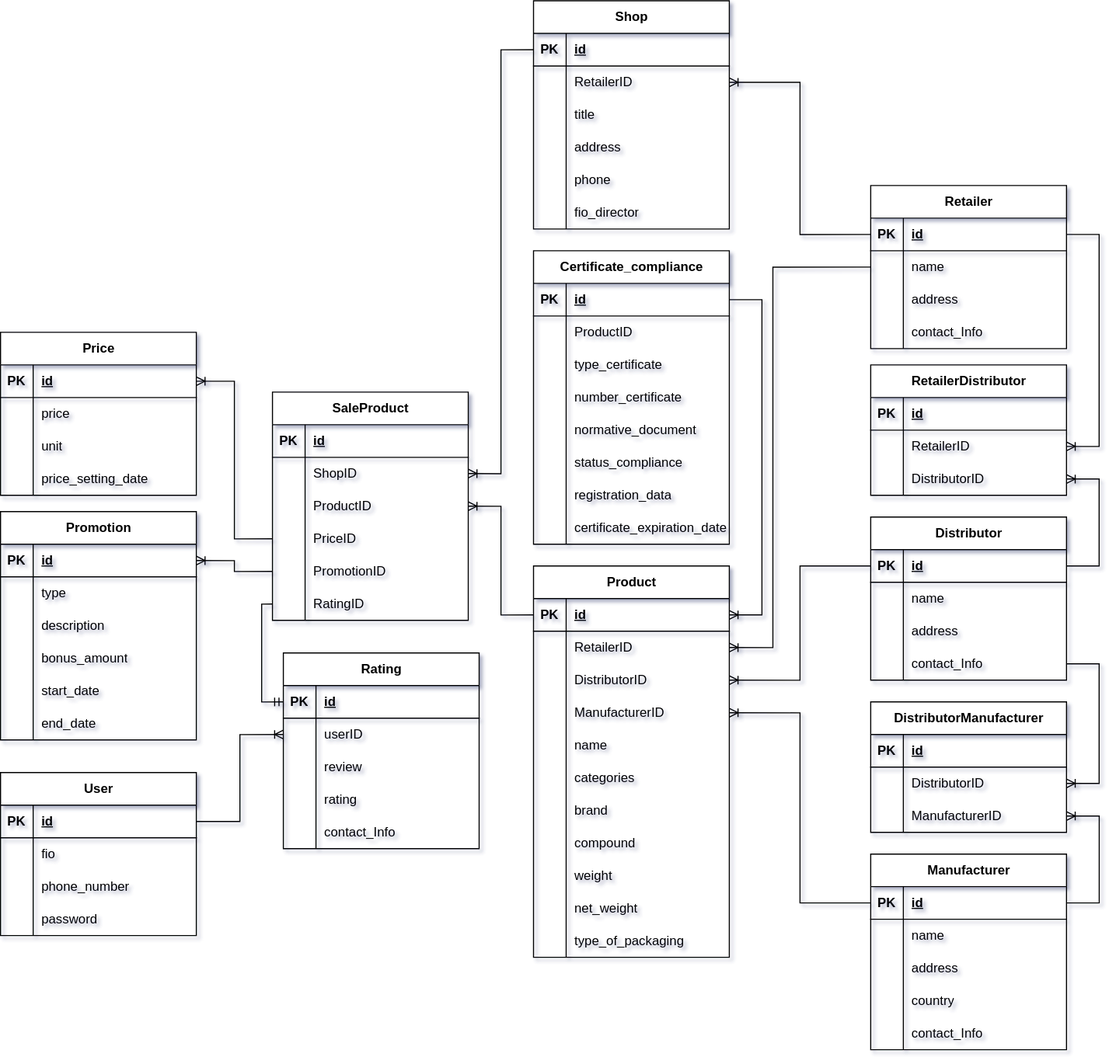
Before: docs/coursework/inc/img/er-entities-diag.drawio.svg, a diagram exported from draw.io (nikitalystsev/db_course). Source tidied: cells renumbered, new cells last; positions are measured from the earlier drawing's top-left corner, leaving out a move shared by most shapes.
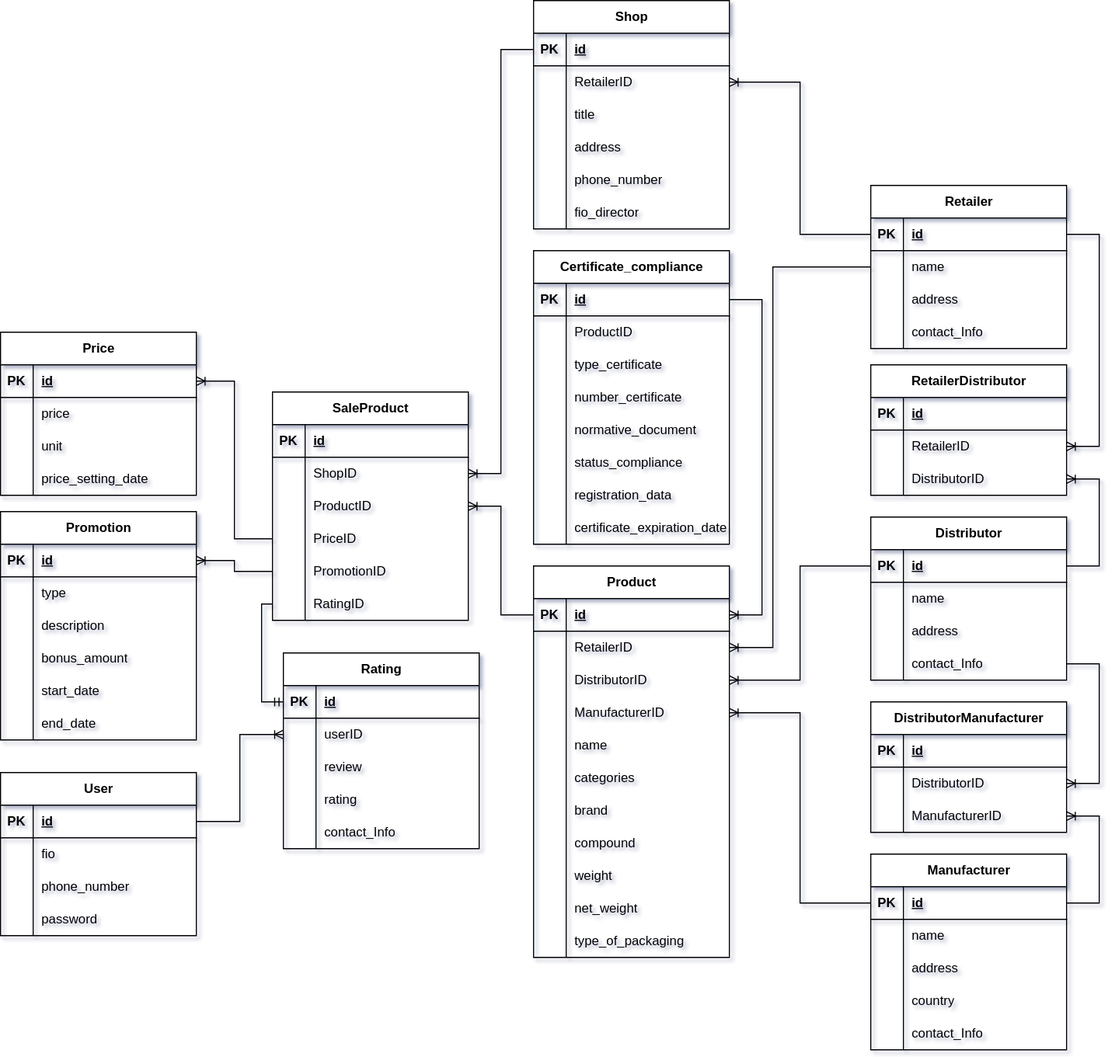
The same file after the commit.

What changed in the source:
```diff
@@ -346,7 +346,7 @@
     <mxCell id="114" style="shape=partialRectangle;fillColor=none;top=0;left=0;bottom=0;right=0;overflow=hidden;whiteSpace=wrap;html=1;" parent="113" vertex="1">
       <mxGeometry width="30" height="30" as="geometry" />
     </mxCell>
-    <mxCell id="115" value="phone" style="shape=partialRectangle;fillColor=none;top=0;left=0;bottom=0;right=0;align=left;spacingLeft=6;overflow=hidden;whiteSpace=wrap;html=1;" parent="113" vertex="1">
+    <mxCell id="115" value="phone_number" style="shape=partialRectangle;fillColor=none;top=0;left=0;bottom=0;right=0;align=left;spacingLeft=6;overflow=hidden;whiteSpace=wrap;html=1;" parent="113" vertex="1">
       <mxGeometry x="30" width="150" height="30" as="geometry" />
     </mxCell>
     <mxCell id="116" style="shape=tableRow;horizontal=0;startSize=0;swimlaneHead=0;swimlaneBody=0;fillColor=none;top=0;left=0;right=0;bottom=0;" parent="100" vertex="1">
```
